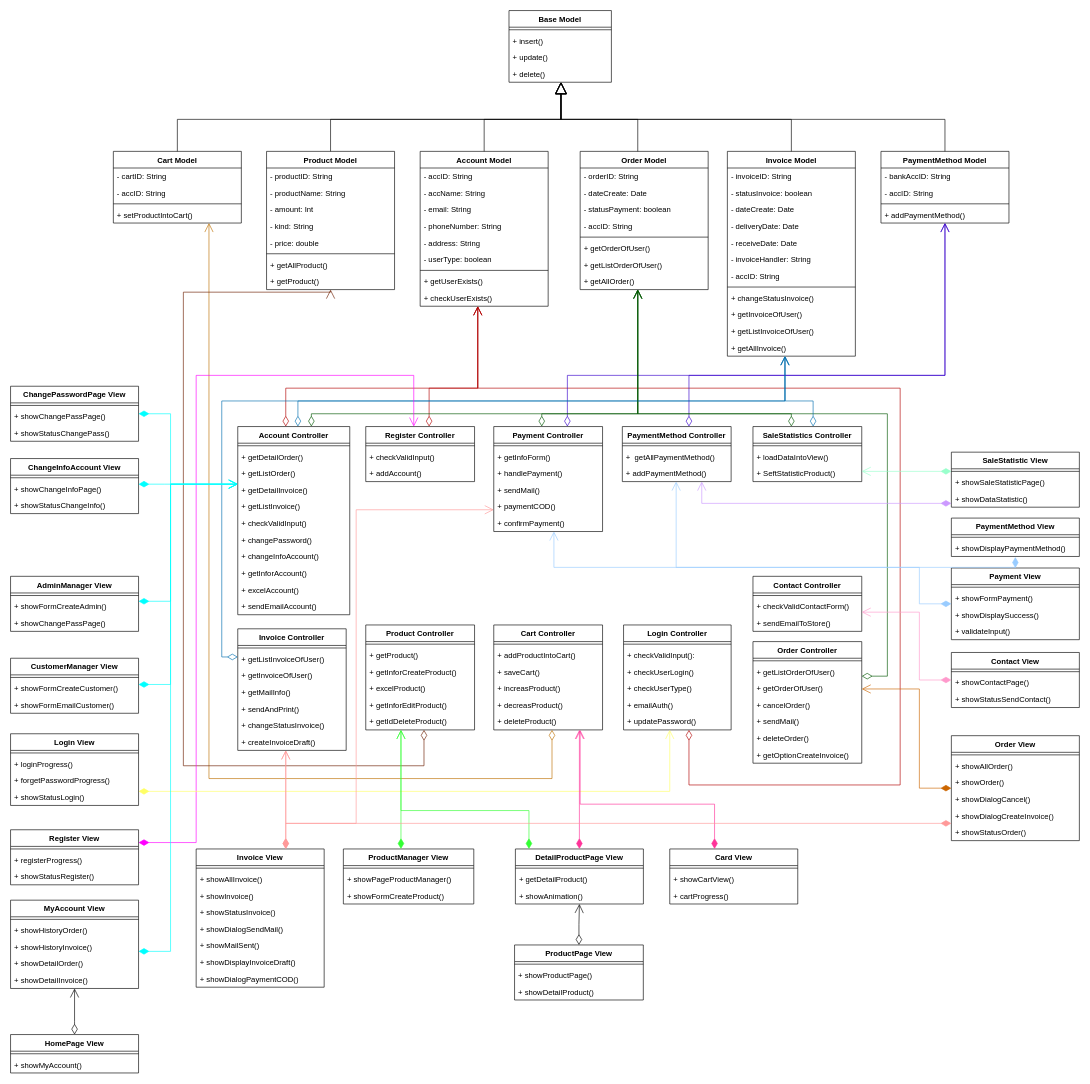
Earlier version of the draw.io diagram Nam3_HK1/CNPM_SoftTech/SơĐồClass.drawio (EdgarIgnite16/SGU-Course). Source tidied: cells renumbered, new cells numbered last; positions are measured from the earlier drawing's top-left corner, leaving out a move shared by most shapes. Both pictures are drawn from the tidied source at 64%, with x=0, y=0 at pixel (10, 10).
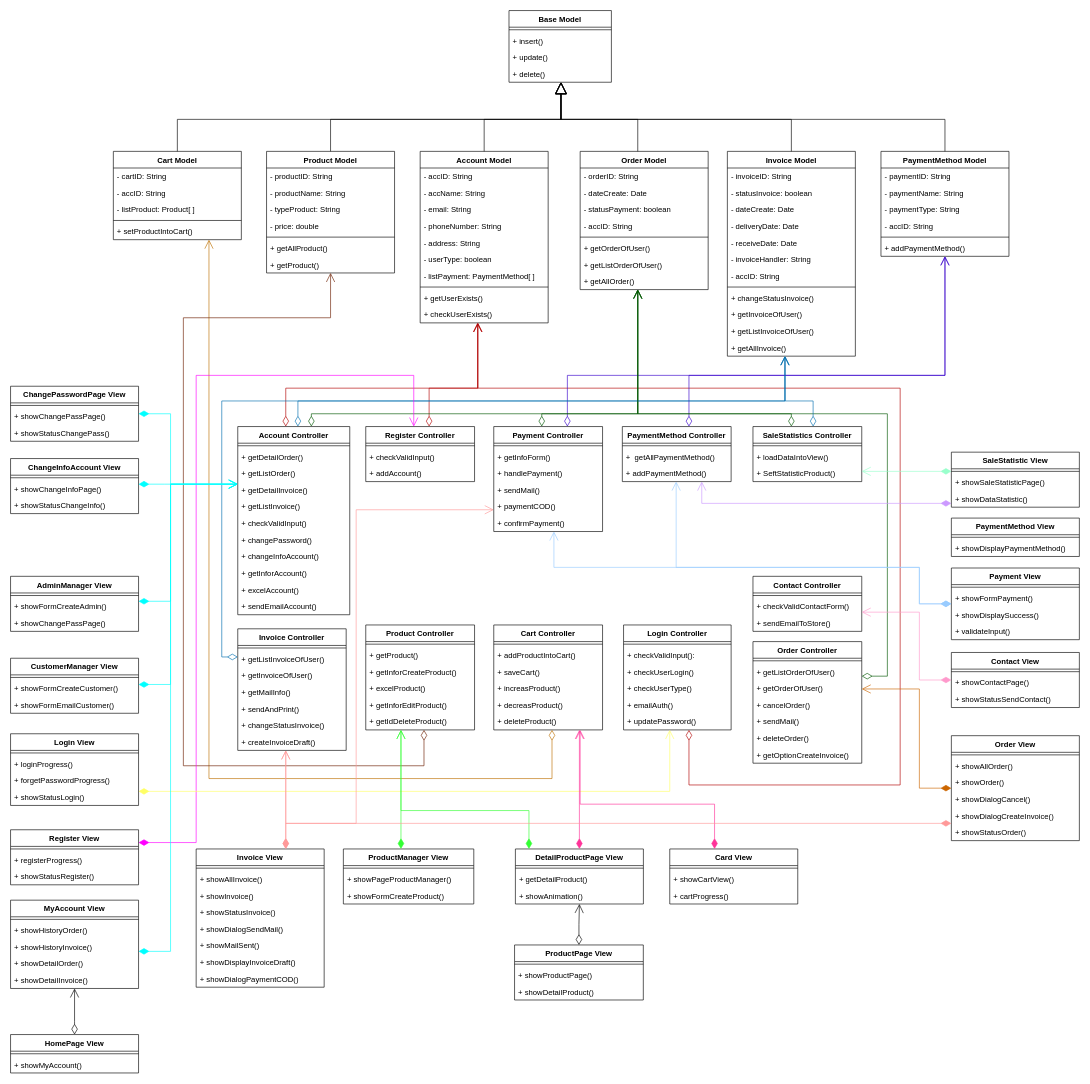
Above is the later version.

Unchanged cells that the change refers to:
```xml
<mxCell id="2" value="Product Controller" style="swimlane;fontStyle=1;align=center;verticalAlign=top;horizontal=1;startSize=26;" parent="1" vertex="1">
  <mxGeometry x="555" y="960" width="170" height="164" as="geometry" />
</mxCell>
<mxCell id="98" value="Payment Controller" style="swimlane;fontStyle=1;align=center;verticalAlign=top;horizontal=1;startSize=26;" parent="1" vertex="1">
  <mxGeometry x="755" y="650" width="170" height="164" as="geometry" />
</mxCell>
<mxCell id="167" value="Payment View" style="swimlane;fontStyle=1;align=center;verticalAlign=top;horizontal=1;startSize=26;" parent="1" vertex="1">
  <mxGeometry x="1470" y="871" width="200" height="112" as="geometry" />
</mxCell>
```

Change to the diagram source:
```diff
@@
     <mxCell id="16" value="Product Model" style="swimlane;fontStyle=1;align=center;verticalAlign=top;horizontal=1;startSize=26;" parent="1" vertex="1">
-      <mxGeometry x="400" y="220" width="200" height="216" as="geometry" />
+      <mxGeometry x="400" y="220" width="200" height="190" as="geometry" />
     </mxCell>
@@
-    <mxCell id="19" value="- amount: Int" style="text;strokeColor=none;fillColor=none;align=left;verticalAlign=top;spacingLeft=4;spacingRight=4;overflow=hidden;" parent="16" vertex="1">
-      <mxGeometry y="78" width="200" height="26" as="geometry" />
-    </mxCell>
-    <mxCell id="20" value="- kind: String" style="text;strokeColor=none;fillColor=none;align=left;verticalAlign=top;spacingLeft=4;spacingRight=4;overflow=hidden;" parent="16" vertex="1">
-      <mxGeometry y="104" width="200" height="26" as="geometry" />
+    <mxCell id="20" value="- typeProduct: String" style="text;strokeColor=none;fillColor=none;align=left;verticalAlign=top;spacingLeft=4;spacingRight=4;overflow=hidden;" parent="16" vertex="1">
+      <mxGeometry y="78" width="200" height="26" as="geometry" />
     </mxCell>
     <mxCell id="21" value="- price: double" style="text;strokeColor=none;fillColor=none;align=left;verticalAlign=top;spacingLeft=4;spacingRight=4;overflow=hidden;" parent="16" vertex="1">
-      <mxGeometry y="130" width="200" height="26" as="geometry" />
+      <mxGeometry y="104" width="200" height="26" as="geometry" />
     </mxCell>
     <mxCell id="22" style="line;strokeWidth=1;fillColor=none;align=left;verticalAlign=middle;spacingTop=-1;spacingLeft=3;spacingRight=3;labelPosition=right;" parent="16" vertex="1">
-      <mxGeometry y="156" width="200" height="8" as="geometry" />
+      <mxGeometry y="130" width="200" height="8" as="geometry" />
     </mxCell>
     <mxCell id="23" value="+ getAllProduct()" style="text;strokeColor=none;fillColor=none;align=left;verticalAlign=top;spacingLeft=4;spacingRight=4;overflow=hidden;" parent="16" vertex="1">
-      <mxGeometry y="164" width="200" height="26" as="geometry" />
+      <mxGeometry y="138" width="200" height="26" as="geometry" />
     </mxCell>
     <mxCell id="24" value="+ getProduct()" style="text;strokeColor=none;fillColor=none;align=left;verticalAlign=top;spacingLeft=4;spacingRight=4;overflow=hidden;" parent="16" vertex="1">
-      <mxGeometry y="190" width="200" height="26" as="geometry" />
+      <mxGeometry y="164" width="200" height="26" as="geometry" />
     </mxCell>
     <mxCell id="25" value="Cart Model" style="swimlane;fontStyle=1;align=center;verticalAlign=top;horizontal=1;startSize=26;" parent="1" vertex="1">
-      <mxGeometry x="160.6" y="220" width="200" height="112" as="geometry" />
+      <mxGeometry x="160.6" y="220" width="200" height="138" as="geometry" />
     </mxCell>
@@
+    <mxCell id="254" value="- listProduct: Product[ ]" style="text;strokeColor=none;fillColor=none;align=left;verticalAlign=top;spacingLeft=4;spacingRight=4;overflow=hidden;" parent="25" vertex="1">
+      <mxGeometry y="78" width="200" height="26" as="geometry" />
+    </mxCell>
     <mxCell id="28" style="line;strokeWidth=1;fillColor=none;align=left;verticalAlign=middle;spacingTop=-1;spacingLeft=3;spacingRight=3;labelPosition=right;" parent="25" vertex="1">
-      <mxGeometry y="78" width="200" height="8" as="geometry" />
+      <mxGeometry y="104" width="200" height="8" as="geometry" />
     </mxCell>
     <mxCell id="29" value="+ setProductIntoCart()" style="text;strokeColor=none;fillColor=none;align=left;verticalAlign=top;spacingLeft=4;spacingRight=4;overflow=hidden;" parent="25" vertex="1">
-      <mxGeometry y="86" width="200" height="26" as="geometry" />
+      <mxGeometry y="112" width="200" height="26" as="geometry" />
     </mxCell>
     <mxCell id="30" value="Account Model" style="swimlane;fontStyle=1;align=center;verticalAlign=top;horizontal=1;startSize=26;" parent="1" vertex="1">
-      <mxGeometry x="640" y="220" width="200" height="242" as="geometry" />
+      <mxGeometry x="640" y="220" width="200" height="268" as="geometry" />
     </mxCell>
@@
+    <mxCell id="255" value="- listPayment: PaymentMethod[ ]" style="text;strokeColor=none;fillColor=none;align=left;verticalAlign=top;spacingLeft=4;spacingRight=4;overflow=hidden;" parent="30" vertex="1">
+      <mxGeometry y="182" width="200" height="26" as="geometry" />
+    </mxCell>
     <mxCell id="37" style="line;strokeWidth=1;fillColor=none;align=left;verticalAlign=middle;spacingTop=-1;spacingLeft=3;spacingRight=3;labelPosition=right;" parent="30" vertex="1">
-      <mxGeometry y="182" width="200" height="8" as="geometry" />
+      <mxGeometry y="208" width="200" height="8" as="geometry" />
     </mxCell>
     <mxCell id="38" value="+ getUserExists()" style="text;strokeColor=none;fillColor=none;align=left;verticalAlign=top;spacingLeft=4;spacingRight=4;overflow=hidden;" parent="30" vertex="1">
-      <mxGeometry y="190" width="200" height="26" as="geometry" />
+      <mxGeometry y="216" width="200" height="26" as="geometry" />
     </mxCell>
     <mxCell id="39" value="+ checkUserExists()" style="text;strokeColor=none;fillColor=none;align=left;verticalAlign=top;spacingLeft=4;spacingRight=4;overflow=hidden;" parent="30" vertex="1">
-      <mxGeometry y="216" width="200" height="26" as="geometry" />
+      <mxGeometry y="242" width="200" height="26" as="geometry" />
     </mxCell>
@@
     <mxCell id="89" value="PaymentMethod Model" style="swimlane;fontStyle=1;align=center;verticalAlign=top;horizontal=1;startSize=26;" parent="1" vertex="1">
-      <mxGeometry x="1360" y="220" width="200" height="112" as="geometry" />
+      <mxGeometry x="1360" y="220" width="200" height="164" as="geometry" />
     </mxCell>
-    <mxCell id="90" value="- bankAccID: String" style="text;strokeColor=none;fillColor=none;align=left;verticalAlign=top;spacingLeft=4;spacingRight=4;overflow=hidden;" parent="89" vertex="1">
+    <mxCell id="90" value="- paymentID: String" style="text;strokeColor=none;fillColor=none;align=left;verticalAlign=top;spacingLeft=4;spacingRight=4;overflow=hidden;" parent="89" vertex="1">
       <mxGeometry y="26" width="200" height="26" as="geometry" />
     </mxCell>
+    <mxCell id="256" value="- paymentName: String" style="text;strokeColor=none;fillColor=none;align=left;verticalAlign=top;spacingLeft=4;spacingRight=4;overflow=hidden;" parent="89" vertex="1">
+      <mxGeometry y="52" width="200" height="26" as="geometry" />
+    </mxCell>
+    <mxCell id="257" value="- paymentType: String" style="text;strokeColor=none;fillColor=none;align=left;verticalAlign=top;spacingLeft=4;spacingRight=4;overflow=hidden;" parent="89" vertex="1">
+      <mxGeometry y="78" width="200" height="26" as="geometry" />
+    </mxCell>
     <mxCell id="91" value="- accID: String" style="text;strokeColor=none;fillColor=none;align=left;verticalAlign=top;spacingLeft=4;spacingRight=4;overflow=hidden;" parent="89" vertex="1">
-      <mxGeometry y="52" width="200" height="26" as="geometry" />
+      <mxGeometry y="104" width="200" height="26" as="geometry" />
     </mxCell>
     <mxCell id="92" style="line;strokeWidth=1;fillColor=none;align=left;verticalAlign=middle;spacingTop=-1;spacingLeft=3;spacingRight=3;labelPosition=right;" parent="89" vertex="1">
-      <mxGeometry y="78" width="200" height="8" as="geometry" />
+      <mxGeometry y="130" width="200" height="8" as="geometry" />
     </mxCell>
     <mxCell id="93" value="+ addPaymentMethod()" style="text;strokeColor=none;fillColor=none;align=left;verticalAlign=top;spacingLeft=4;spacingRight=4;overflow=hidden;" parent="89" vertex="1">
-      <mxGeometry y="86" width="200" height="26" as="geometry" />
+      <mxGeometry y="138" width="200" height="26" as="geometry" />
     </mxCell>
@@
     <mxCell id="136" style="endArrow=open;html=1;endSize=12;startArrow=diamondThin;startSize=14;startFill=0;edgeStyle=orthogonalEdgeStyle;align=left;verticalAlign=bottom;rounded=0;fillColor=#a0522d;strokeColor=#6D1F00;" parent="1" edge="1" source="2" target="16">
       <mxGeometry x="-1" y="3" relative="1" as="geometry">
         <Array as="points">
           <mxPoint x="646" y="1180" />
           <mxPoint x="270" y="1180" />
-          <mxPoint x="270" y="440" />
-          <mxPoint x="500" y="440" />
+          <mxPoint x="270" y="480" />
+          <mxPoint x="500" y="480" />
         </Array>
       </mxGeometry>
     </mxCell>
@@
     <mxCell id="236" style="endArrow=open;html=1;endSize=12;startArrow=diamondThin;startSize=14;startFill=1;edgeStyle=orthogonalEdgeStyle;align=left;verticalAlign=bottom;rounded=0;strokeColor=#99CCFF;" parent="1" edge="1" source="167" target="98">
       <mxGeometry x="-0.88" y="10" relative="1" as="geometry">
         <Array as="points">
+          <mxPoint x="1420" y="927" />
+          <mxPoint x="1420" y="870" />
           <mxPoint x="849" y="870" />
         </Array>
       </mxGeometry>
     </mxCell>
```
